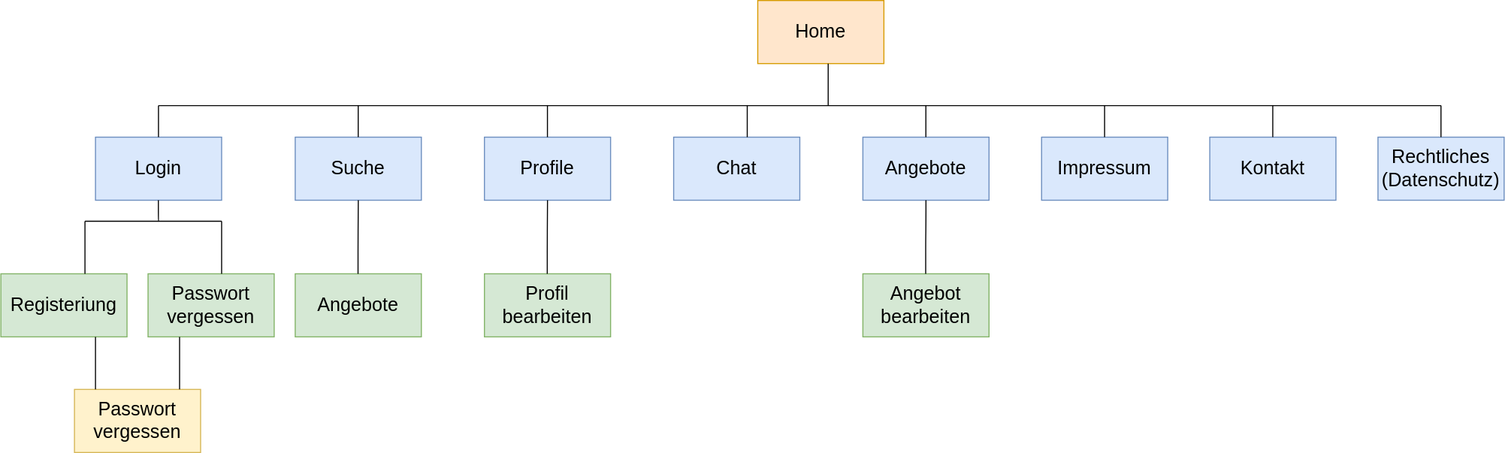
Before: docs/readme/sitemap.svg, a diagram exported from draw.io (gravemalte/Platypurse). Source tidied: cells renumbered, new cells last; positions are measured from the earlier drawing's top-left corner, leaving out a move shared by most shapes.
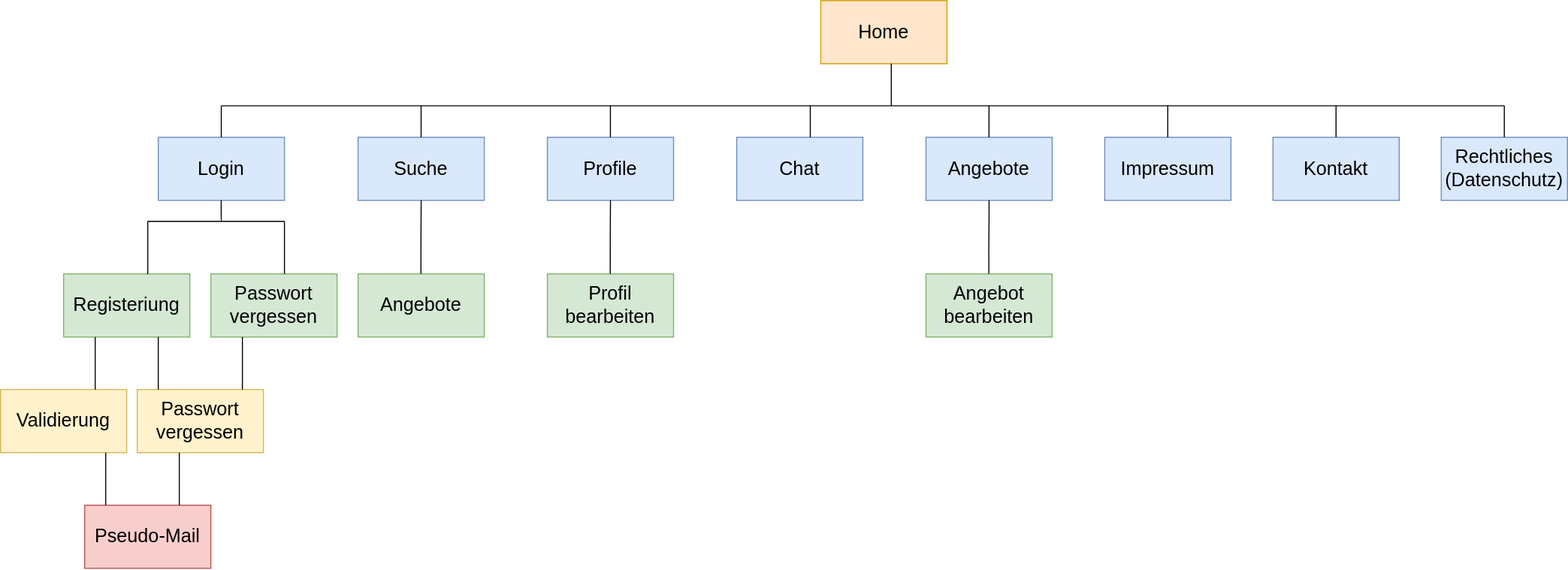
After the change.

Commit message:
Fixed mail bugs

The edit, as a diff of the source:
```diff
@@ -197,5 +197,29 @@
         </Array>
       </mxGeometry>
     </mxCell>
+    <mxCell id="37" value="Pseudo-Mail" style="rounded=0;whiteSpace=wrap;html=1;fontSize=18;fillColor=#f8cecc;strokeColor=#b85450;" parent="1" vertex="1">
+      <mxGeometry x="20" y="480" width="120" height="60" as="geometry" />
+    </mxCell>
+    <mxCell id="38" style="endArrow=none;html=1;strokeColor=#000000;fontStyle=0;fontSize=18;" parent="1" edge="1">
+      <mxGeometry relative="1" as="geometry">
+        <mxPoint x="110" y="480" as="sourcePoint" />
+        <mxPoint x="110" y="430" as="targetPoint" />
+      </mxGeometry>
+    </mxCell>
+    <mxCell id="39" value="Validierung" style="rounded=0;whiteSpace=wrap;html=1;fontSize=18;fillColor=#fff2cc;strokeColor=#d6b656;" parent="1" vertex="1">
+      <mxGeometry x="-60" y="370" width="120" height="60" as="geometry" />
+    </mxCell>
+    <mxCell id="40" style="endArrow=none;html=1;strokeColor=#000000;fontStyle=0;fontSize=18;" parent="1" edge="1">
+      <mxGeometry relative="1" as="geometry">
+        <mxPoint x="40" y="480" as="sourcePoint" />
+        <mxPoint x="40" y="430" as="targetPoint" />
+      </mxGeometry>
+    </mxCell>
+    <mxCell id="41" style="endArrow=none;html=1;strokeColor=#000000;fontStyle=0;fontSize=18;" parent="1" edge="1">
+      <mxGeometry relative="1" as="geometry">
+        <mxPoint x="30" y="370" as="sourcePoint" />
+        <mxPoint x="30" y="320" as="targetPoint" />
+      </mxGeometry>
+    </mxCell>
   </root>
 </mxGraphModel>
```
